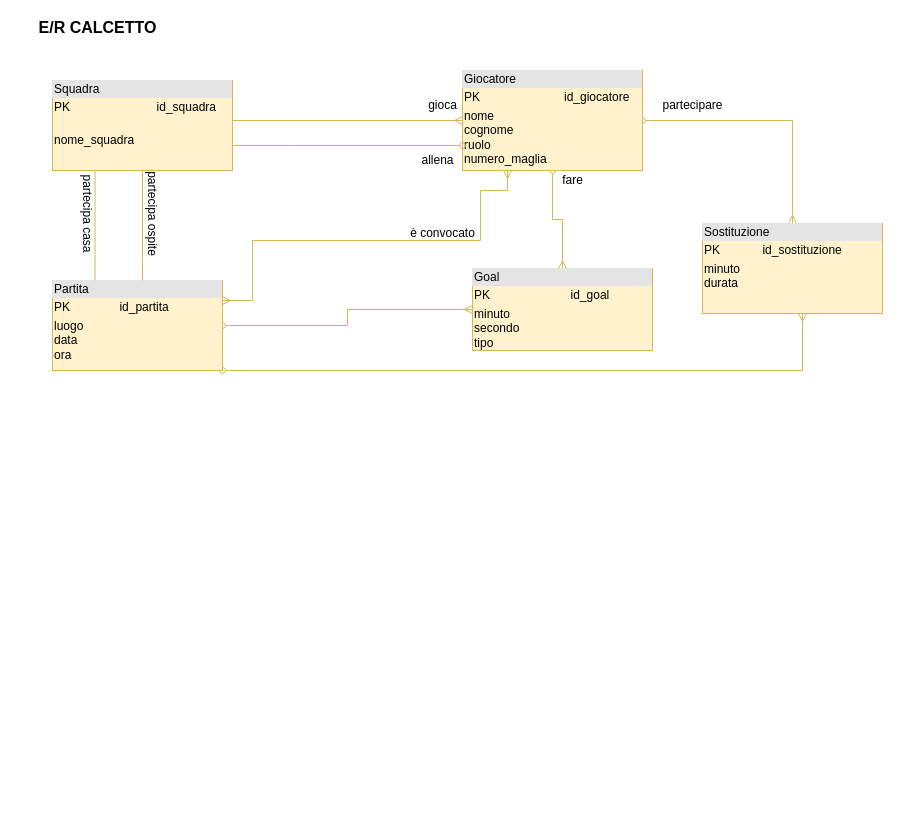
Before: Untitled Diagram.drawio in claudiaamorosi/eserciziInformatica, a draw.io diagram. Source tidied: cells renumbered, new cells numbered last; positions are measured from the earlier drawing's top-left corner, leaving out a move shared by most shapes. Both pictures are drawn from the tidied source at 100%, with x=0, y=0 at pixel (32, 17).
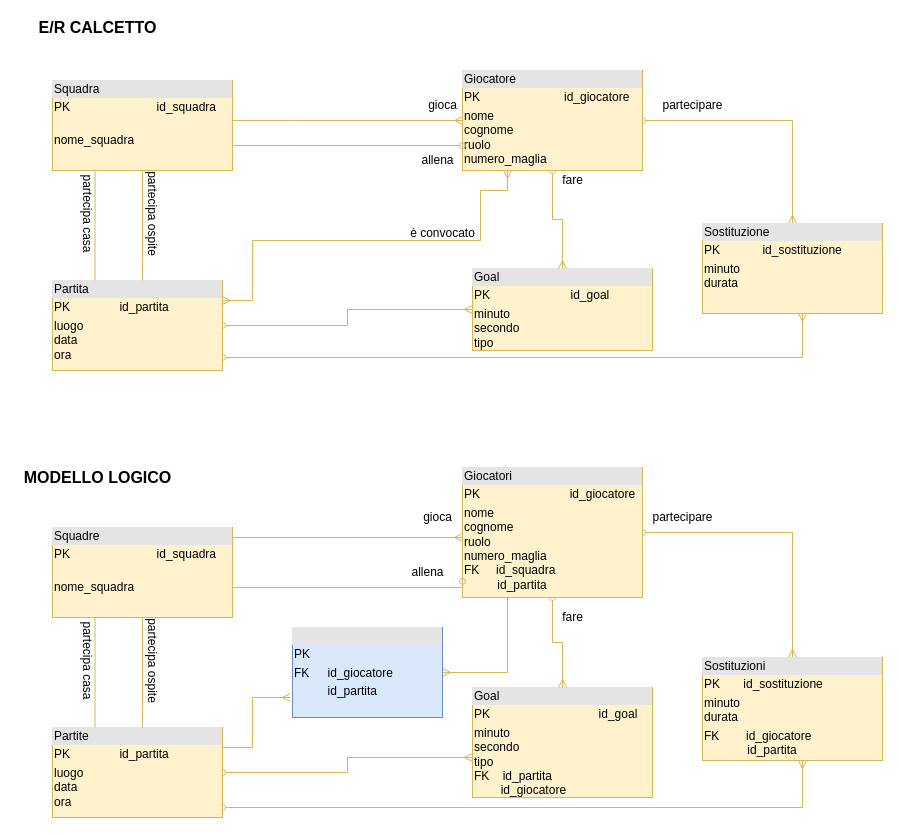
The same page after the edit.

Unchanged cells that the change refers to:
```xml
<mxCell id="6" value="&lt;div style=&quot;box-sizing: border-box ; width: 100% ; background: #e4e4e4 ; padding: 2px&quot;&gt;Partita&lt;/div&gt;&lt;table style=&quot;width: 100% ; font-size: 1em&quot; cellpadding=&quot;2&quot; cellspacing=&quot;0&quot;&gt;&lt;tbody&gt;&lt;tr&gt;&lt;td&gt;PK&lt;/td&gt;&lt;td&gt;id_partita&lt;/td&gt;&lt;/tr&gt;&lt;tr&gt;&lt;td&gt;luogo&lt;br&gt;data&lt;br&gt;ora&lt;/td&gt;&lt;td&gt;&lt;br&gt;&lt;/td&gt;&lt;/tr&gt;&lt;tr&gt;&lt;td&gt;&lt;/td&gt;&lt;td&gt;&lt;br&gt;&lt;/td&gt;&lt;/tr&gt;&lt;/tbody&gt;&lt;/table&gt;" style="verticalAlign=top;align=left;overflow=fill;html=1;fillColor=#fff2cc;strokeColor=#d6b656;" parent="1" vertex="1">
  <mxGeometry x="20" y="263" width="170" height="90" as="geometry" />
</mxCell>
<mxCell id="15" value="&lt;div style=&quot;box-sizing: border-box ; width: 100% ; background: #e4e4e4 ; padding: 2px&quot;&gt;Sostituzione&lt;/div&gt;&lt;table style=&quot;width: 100% ; font-size: 1em&quot; cellpadding=&quot;2&quot; cellspacing=&quot;0&quot;&gt;&lt;tbody&gt;&lt;tr&gt;&lt;td&gt;PK&lt;/td&gt;&lt;td&gt;id_sostituzione&lt;/td&gt;&lt;/tr&gt;&lt;tr&gt;&lt;td&gt;minuto&lt;br&gt;durata&lt;/td&gt;&lt;td&gt;&lt;br&gt;&lt;/td&gt;&lt;/tr&gt;&lt;tr&gt;&lt;td&gt;&lt;/td&gt;&lt;td&gt;&lt;br&gt;&lt;/td&gt;&lt;/tr&gt;&lt;/tbody&gt;&lt;/table&gt;" style="verticalAlign=top;align=left;overflow=fill;html=1;fillColor=#fff2cc;strokeColor=#d6b656;" parent="1" vertex="1">
  <mxGeometry x="670" y="206" width="180" height="90" as="geometry" />
</mxCell>
```

Change to the diagram source:
```diff
@@
     <mxCell id="4" style="edgeStyle=orthogonalEdgeStyle;rounded=0;jettySize=auto;html=1;startArrow=oval;startFill=0;endArrow=ERmany;endFill=0;fillColor=#fff2cc;strokeColor=#d6b656;" parent="1" edge="1" source="6" target="15">
       <mxGeometry relative="1" as="geometry">
         <Array as="points">
-          <mxPoint x="770" y="353" />
+          <mxPoint x="770" y="340" />
         </Array>
       </mxGeometry>
     </mxCell>
@@
+    <mxCell id="24" value="&lt;font style=&quot;font-size: 16px&quot;&gt;&lt;b&gt;MODELLO LOGICO&lt;/b&gt;&lt;/font&gt;" style="text;html=1;align=center;verticalAlign=middle;" parent="1" vertex="1">
+      <mxGeometry x="-15" y="450" width="160" height="20" as="geometry" />
+    </mxCell>
+    <mxCell id="25" value="&lt;div style=&quot;box-sizing: border-box ; width: 100% ; background: #e4e4e4 ; padding: 2px&quot;&gt;Goal&lt;/div&gt;&lt;table style=&quot;width: 100% ; font-size: 1em&quot; cellpadding=&quot;2&quot; cellspacing=&quot;0&quot;&gt;&lt;tbody&gt;&lt;tr&gt;&lt;td&gt;PK&lt;/td&gt;&lt;td&gt;id_goal&lt;/td&gt;&lt;/tr&gt;&lt;tr&gt;&lt;td&gt;minuto&lt;br&gt;secondo&lt;br&gt;tipo&lt;br&gt;FK&amp;nbsp; &amp;nbsp; id_partita&lt;br&gt;&amp;nbsp; &amp;nbsp; &amp;nbsp; &amp;nbsp; id_giocatore&lt;/td&gt;&lt;td&gt;&lt;br&gt;&lt;/td&gt;&lt;/tr&gt;&lt;tr&gt;&lt;td&gt;&lt;/td&gt;&lt;td&gt;&lt;br&gt;&lt;/td&gt;&lt;/tr&gt;&lt;/tbody&gt;&lt;/table&gt;" style="verticalAlign=top;align=left;overflow=fill;html=1;fillColor=#fff2cc;strokeColor=#d6b656;" parent="1" vertex="1">
+      <mxGeometry x="440" y="670" width="180" height="110" as="geometry" />
+    </mxCell>
+    <mxCell id="26" style="edgeStyle=orthogonalEdgeStyle;rounded=0;jettySize=auto;html=1;startArrow=oval;startFill=0;endArrow=ERmany;endFill=0;fillColor=#fff2cc;strokeColor=#d6b656;" parent="1" edge="1" source="29" target="25">
+      <mxGeometry relative="1" as="geometry">
+        <Array as="points">
+          <mxPoint x="315" y="755" />
+          <mxPoint x="315" y="740" />
+        </Array>
+      </mxGeometry>
+    </mxCell>
+    <mxCell id="27" style="edgeStyle=orthogonalEdgeStyle;rounded=0;jettySize=auto;html=1;startArrow=oval;startFill=0;endArrow=ERmany;endFill=0;fillColor=#fff2cc;strokeColor=#d6b656;" parent="1" edge="1" source="29" target="38">
+      <mxGeometry relative="1" as="geometry">
+        <Array as="points">
+          <mxPoint x="770" y="790" />
+        </Array>
+      </mxGeometry>
+    </mxCell>
+    <mxCell id="28" style="edgeStyle=orthogonalEdgeStyle;rounded=0;jettySize=auto;html=1;startArrow=none;startFill=0;endArrow=ERmany;endFill=0;fillColor=#fff2cc;strokeColor=#d6b656;" parent="1" edge="1" source="29">
+      <mxGeometry relative="1" as="geometry">
+        <mxPoint x="258" y="680" as="targetPoint" />
+        <Array as="points">
+          <mxPoint x="220" y="730" />
+          <mxPoint x="220" y="680" />
+        </Array>
+      </mxGeometry>
+    </mxCell>
+    <mxCell id="29" value="&lt;div style=&quot;box-sizing: border-box ; width: 100% ; background: #e4e4e4 ; padding: 2px&quot;&gt;Partite&lt;/div&gt;&lt;table style=&quot;width: 100% ; font-size: 1em&quot; cellpadding=&quot;2&quot; cellspacing=&quot;0&quot;&gt;&lt;tbody&gt;&lt;tr&gt;&lt;td&gt;PK&lt;/td&gt;&lt;td&gt;id_partita&lt;/td&gt;&lt;/tr&gt;&lt;tr&gt;&lt;td&gt;luogo&lt;br&gt;data&lt;br&gt;ora&lt;/td&gt;&lt;td&gt;&lt;br&gt;&lt;/td&gt;&lt;/tr&gt;&lt;tr&gt;&lt;td&gt;&lt;/td&gt;&lt;td&gt;&lt;br&gt;&lt;/td&gt;&lt;/tr&gt;&lt;/tbody&gt;&lt;/table&gt;" style="verticalAlign=top;align=left;overflow=fill;html=1;fillColor=#fff2cc;strokeColor=#d6b656;" parent="1" vertex="1">
+      <mxGeometry x="20" y="710" width="170" height="90" as="geometry" />
+    </mxCell>
+    <mxCell id="30" style="edgeStyle=orthogonalEdgeStyle;rounded=0;jettySize=auto;html=1;endArrow=ERmany;endFill=0;startArrow=oval;startFill=0;fillColor=#fff2cc;strokeColor=#d6b656;" parent="1" edge="1" source="32" target="38">
+      <mxGeometry relative="1" as="geometry" />
+    </mxCell>
+    <mxCell id="31" style="edgeStyle=orthogonalEdgeStyle;rounded=0;jettySize=auto;html=1;startArrow=oval;startFill=0;endArrow=ERmany;endFill=0;fillColor=#fff2cc;strokeColor=#d6b656;" parent="1" edge="1" source="32" target="25">
+      <mxGeometry relative="1" as="geometry" />
+    </mxCell>
+    <mxCell id="32" value="&lt;div style=&quot;box-sizing: border-box ; width: 100% ; background: #e4e4e4 ; padding: 2px&quot;&gt;Giocatori&lt;/div&gt;&lt;table style=&quot;width: 100% ; font-size: 1em&quot; cellpadding=&quot;2&quot; cellspacing=&quot;0&quot;&gt;&lt;tbody&gt;&lt;tr&gt;&lt;td&gt;PK&lt;/td&gt;&lt;td&gt;id_giocatore&lt;/td&gt;&lt;/tr&gt;&lt;tr&gt;&lt;td&gt;nome&lt;br&gt;cognome&lt;br&gt;ruolo&lt;br&gt;numero_maglia&lt;br&gt;FK&amp;nbsp; &amp;nbsp; &amp;nbsp;id_squadra&amp;nbsp;&lt;br&gt;&amp;nbsp; &amp;nbsp; &amp;nbsp; &amp;nbsp; &amp;nbsp; id_partita&lt;/td&gt;&lt;td&gt;&lt;br&gt;&lt;/td&gt;&lt;/tr&gt;&lt;tr&gt;&lt;td&gt;&lt;/td&gt;&lt;td&gt;&lt;br&gt;&lt;/td&gt;&lt;/tr&gt;&lt;/tbody&gt;&lt;/table&gt;" style="verticalAlign=top;align=left;overflow=fill;html=1;fillColor=#fff2cc;strokeColor=#d6b656;" parent="1" vertex="1">
+      <mxGeometry x="430" y="450" width="180" height="130" as="geometry" />
+    </mxCell>
+    <mxCell id="33" style="edgeStyle=orthogonalEdgeStyle;rounded=0;jettySize=auto;html=1;endArrow=ERmany;endFill=0;fillColor=#fff2cc;strokeColor=#d6b656;" parent="1" edge="1" source="37" target="32">
+      <mxGeometry relative="1" as="geometry">
+        <Array as="points">
+          <mxPoint x="320" y="520" />
+          <mxPoint x="320" y="520" />
+        </Array>
+      </mxGeometry>
+    </mxCell>
+    <mxCell id="34" style="edgeStyle=orthogonalEdgeStyle;rounded=0;jettySize=auto;html=1;startArrow=none;startFill=0;endArrow=none;endFill=0;fillColor=#fff2cc;strokeColor=#d6b656;" parent="1" edge="1" source="37" target="29">
+      <mxGeometry relative="1" as="geometry">
+        <Array as="points">
+          <mxPoint x="110" y="690" />
+          <mxPoint x="110" y="690" />
+        </Array>
+      </mxGeometry>
+    </mxCell>
+    <mxCell id="35" style="edgeStyle=orthogonalEdgeStyle;rounded=0;jettySize=auto;html=1;entryX=0.25;entryY=0;entryDx=0;entryDy=0;startArrow=none;startFill=0;endArrow=none;endFill=0;fillColor=#fff2cc;strokeColor=#d6b656;" parent="1" edge="1" source="37" target="29">
+      <mxGeometry relative="1" as="geometry">
+        <Array as="points">
+          <mxPoint x="63" y="660" />
+        </Array>
+      </mxGeometry>
+    </mxCell>
+    <mxCell id="36" style="edgeStyle=orthogonalEdgeStyle;rounded=0;jettySize=auto;html=1;startArrow=none;startFill=0;endArrow=oval;endFill=0;fillColor=#fff2cc;strokeColor=#d6b656;entryX=0;entryY=0.876;entryDx=0;entryDy=0;entryPerimeter=0;" parent="1" edge="1" source="37" target="32">
+      <mxGeometry relative="1" as="geometry">
+        <Array as="points">
+          <mxPoint x="430" y="570" />
+        </Array>
+      </mxGeometry>
+    </mxCell>
+    <mxCell id="37" value="&lt;div style=&quot;box-sizing: border-box ; width: 100% ; background: #e4e4e4 ; padding: 2px&quot;&gt;Squadre&lt;/div&gt;&lt;table style=&quot;width: 100% ; font-size: 1em&quot; cellpadding=&quot;2&quot; cellspacing=&quot;0&quot;&gt;&lt;tbody&gt;&lt;tr&gt;&lt;td&gt;PK&lt;/td&gt;&lt;td&gt;id_squadra&lt;/td&gt;&lt;/tr&gt;&lt;tr&gt;&lt;td&gt;&lt;br&gt;nome_squadra&lt;/td&gt;&lt;td&gt;&lt;br&gt;&lt;/td&gt;&lt;/tr&gt;&lt;tr&gt;&lt;td&gt;&lt;/td&gt;&lt;td&gt;&lt;br&gt;&lt;/td&gt;&lt;/tr&gt;&lt;/tbody&gt;&lt;/table&gt;" style="verticalAlign=top;align=left;overflow=fill;html=1;fillColor=#fff2cc;strokeColor=#d6b656;" parent="1" vertex="1">
+      <mxGeometry x="20" y="510" width="180" height="90" as="geometry" />
+    </mxCell>
+    <mxCell id="38" value="&lt;div style=&quot;box-sizing: border-box ; width: 100% ; background: #e4e4e4 ; padding: 2px&quot;&gt;Sostituzioni&lt;/div&gt;&lt;table style=&quot;width: 100% ; font-size: 1em&quot; cellpadding=&quot;2&quot; cellspacing=&quot;0&quot;&gt;&lt;tbody&gt;&lt;tr&gt;&lt;td&gt;PK&amp;nbsp; &amp;nbsp; &amp;nbsp; &amp;nbsp;id_sostituzione&lt;/td&gt;&lt;td&gt;&lt;br&gt;&lt;/td&gt;&lt;/tr&gt;&lt;tr&gt;&lt;td&gt;minuto&lt;br&gt;durata&lt;/td&gt;&lt;td&gt;&lt;br&gt;&lt;/td&gt;&lt;/tr&gt;&lt;tr&gt;&lt;td&gt;FK&amp;nbsp; &amp;nbsp; &amp;nbsp; &amp;nbsp; id_giocatore&lt;br&gt;&amp;nbsp; &amp;nbsp; &amp;nbsp; &amp;nbsp; &amp;nbsp; &amp;nbsp; &amp;nbsp;id_partita&lt;/td&gt;&lt;td&gt;&lt;br&gt;&lt;/td&gt;&lt;/tr&gt;&lt;/tbody&gt;&lt;/table&gt;" style="verticalAlign=top;align=left;overflow=fill;html=1;fillColor=#fff2cc;strokeColor=#d6b656;" parent="1" vertex="1">
+      <mxGeometry x="670" y="640" width="180" height="103" as="geometry" />
+    </mxCell>
+    <mxCell id="39" value="partecipare" style="text;html=1;align=center;verticalAlign=middle;" parent="1" vertex="1">
+      <mxGeometry x="610" y="490" width="80" height="20" as="geometry" />
+    </mxCell>
+    <mxCell id="40" value="fare" style="text;html=1;align=center;verticalAlign=middle;" parent="1" vertex="1">
+      <mxGeometry x="520" y="590" width="40" height="20" as="geometry" />
+    </mxCell>
+    <mxCell id="41" value="gioca" style="text;html=1;align=center;verticalAlign=middle;" parent="1" vertex="1">
+      <mxGeometry x="385" y="490" width="40" height="20" as="geometry" />
+    </mxCell>
+    <mxCell id="42" value="allena" style="text;html=1;align=center;verticalAlign=middle;" parent="1" vertex="1">
+      <mxGeometry x="370" y="545" width="50" height="20" as="geometry" />
+    </mxCell>
+    <mxCell id="43" value="partecipa ospite" style="text;html=1;align=center;verticalAlign=middle;rotation=90;" parent="1" vertex="1">
+      <mxGeometry x="70" y="633" width="100" height="20" as="geometry" />
+    </mxCell>
+    <mxCell id="44" value="partecipa casa" style="text;html=1;align=center;verticalAlign=middle;rotation=90;" parent="1" vertex="1">
+      <mxGeometry x="10" y="633" width="90" height="20" as="geometry" />
+    </mxCell>
+    <mxCell id="45" style="edgeStyle=orthogonalEdgeStyle;rounded=0;jettySize=auto;html=1;entryX=0.25;entryY=1;entryDx=0;entryDy=0;startArrow=ERmany;startFill=0;endArrow=none;endFill=0;fillColor=#fff2cc;strokeColor=#d6b656;" parent="1" edge="1" source="46" target="32">
+      <mxGeometry relative="1" as="geometry" />
+    </mxCell>
+    <mxCell id="46" value="&lt;div style=&quot;box-sizing: border-box ; width: 100% ; background: #e4e4e4 ; padding: 2px&quot;&gt;&lt;br&gt;&lt;/div&gt;&lt;table style=&quot;width: 100% ; font-size: 1em&quot; cellpadding=&quot;2&quot; cellspacing=&quot;0&quot;&gt;&lt;tbody&gt;&lt;tr&gt;&lt;td&gt;PK&lt;/td&gt;&lt;td&gt;&lt;br&gt;&lt;/td&gt;&lt;/tr&gt;&lt;tr&gt;&lt;td&gt;FK&lt;/td&gt;&lt;td&gt;id_giocatore&lt;/td&gt;&lt;/tr&gt;&lt;tr&gt;&lt;td&gt;&lt;/td&gt;&lt;td&gt;id_partita&lt;/td&gt;&lt;/tr&gt;&lt;/tbody&gt;&lt;/table&gt;" style="verticalAlign=top;align=left;overflow=fill;html=1;fillColor=#dae8fc;strokeColor=#6c8ebf;" parent="1" vertex="1">
+      <mxGeometry x="260" y="610" width="150" height="90" as="geometry" />
+    </mxCell>
```
